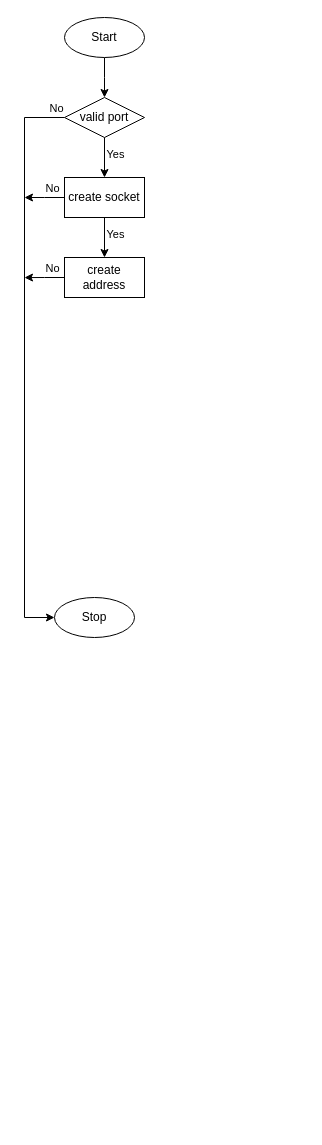
Above: ft_irc.drawio in Pastilhex/ft_irc (draw.io), before the change. Source tidied: cells renumbered, new cells numbered last; positions are measured from the earlier drawing's top-left corner, leaving out a move shared by most shapes. Both pictures are drawn from the tidied source at 100%, with x=0, y=0 at pixel (24, 17).
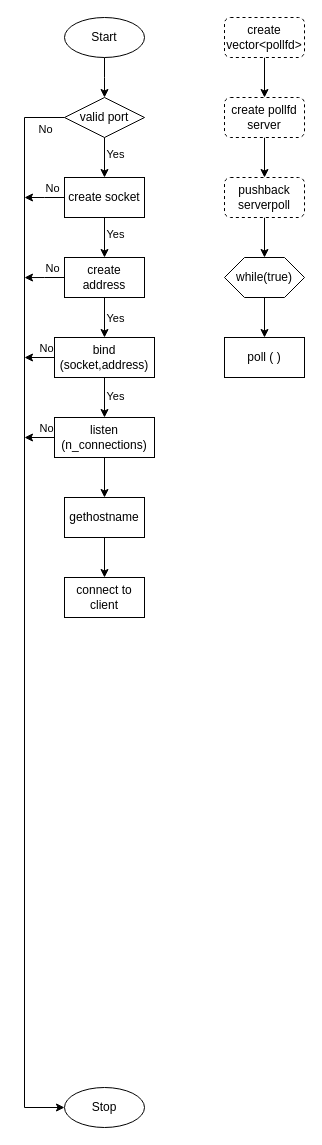
The same page after the edit.

The change refers to these unchanged cells:
```xml
<mxCell id="18" value="create address" style="rounded=0;whiteSpace=wrap;html=1;" parent="1" vertex="1">
  <mxGeometry x="40" y="240" width="80" height="40" as="geometry" />
</mxCell>
```

Diff of the diagram source:
```diff
@@
     <mxCell id="4" value="&lt;div&gt;Stop&lt;/div&gt;" style="ellipse;whiteSpace=wrap;html=1;" parent="1" vertex="1">
-      <mxGeometry x="30" y="580" width="80" height="40" as="geometry" />
+      <mxGeometry x="40" y="1070" width="80" height="40" as="geometry" />
     </mxCell>
     <mxCell id="5" style="edgeStyle=orthogonalEdgeStyle;rounded=0;jettySize=auto;html=1;exitX=0;exitY=0.5;exitDx=0;exitDy=0;entryX=0;entryY=0.5;entryDx=0;entryDy=0;" parent="1" edge="1" target="4">
       <mxGeometry relative="1" as="geometry">
         <mxPoint x="40" y="100" as="sourcePoint" />
         <Array as="points">
           <mxPoint y="100" />
-          <mxPoint y="600" />
+          <mxPoint y="1090" />
         </Array>
       </mxGeometry>
     </mxCell>
@@
+    <mxCell id="19" style="edgeStyle=orthogonalEdgeStyle;rounded=0;jettySize=auto;html=1;exitX=0.5;exitY=1;exitDx=0;exitDy=0;entryX=0.5;entryY=0;entryDx=0;entryDy=0;" parent="1" edge="1" source="18" target="25">
+      <mxGeometry relative="1" as="geometry" />
+    </mxCell>
+    <mxCell id="20" value="Yes" style="edgeLabel;html=1;align=center;verticalAlign=middle;" parent="19" vertex="1">
+      <mxGeometry x="-0.19" relative="1" as="geometry">
+        <mxPoint x="10" y="4" as="offset" />
+      </mxGeometry>
+    </mxCell>
@@
+    <mxCell id="21" style="edgeStyle=orthogonalEdgeStyle;rounded=0;jettySize=auto;html=1;exitX=0;exitY=0.5;exitDx=0;exitDy=0;" parent="1" edge="1" source="25">
+      <mxGeometry relative="1" as="geometry">
+        <mxPoint y="340" as="targetPoint" />
+      </mxGeometry>
+    </mxCell>
+    <mxCell id="22" value="No" style="edgeLabel;html=1;align=center;verticalAlign=middle;" parent="21" vertex="1">
+      <mxGeometry x="-0.38" relative="1" as="geometry">
+        <mxPoint y="-10" as="offset" />
+      </mxGeometry>
+    </mxCell>
+    <mxCell id="23" style="edgeStyle=orthogonalEdgeStyle;rounded=0;jettySize=auto;html=1;exitX=0.5;exitY=1;exitDx=0;exitDy=0;entryX=0.5;entryY=0;entryDx=0;entryDy=0;" parent="1" edge="1" source="25" target="29">
+      <mxGeometry relative="1" as="geometry" />
+    </mxCell>
+    <mxCell id="24" value="Yes" style="edgeLabel;html=1;align=center;verticalAlign=middle;" parent="23" vertex="1">
+      <mxGeometry x="-0.08" relative="1" as="geometry">
+        <mxPoint x="10" as="offset" />
+      </mxGeometry>
+    </mxCell>
+    <mxCell id="25" value="bind (socket,address)" style="rounded=0;whiteSpace=wrap;html=1;" parent="1" vertex="1">
+      <mxGeometry x="30" y="320" width="100" height="40" as="geometry" />
+    </mxCell>
+    <mxCell id="26" style="edgeStyle=orthogonalEdgeStyle;rounded=0;jettySize=auto;html=1;exitX=0;exitY=0.5;exitDx=0;exitDy=0;" parent="1" edge="1" source="29">
+      <mxGeometry relative="1" as="geometry">
+        <mxPoint y="420" as="targetPoint" />
+      </mxGeometry>
+    </mxCell>
+    <mxCell id="27" value="No" style="edgeLabel;html=1;align=center;verticalAlign=middle;" parent="26" vertex="1">
+      <mxGeometry x="-0.38" y="-1" relative="1" as="geometry">
+        <mxPoint y="-9" as="offset" />
+      </mxGeometry>
+    </mxCell>
+    <mxCell id="28" style="edgeStyle=orthogonalEdgeStyle;rounded=0;jettySize=auto;html=1;exitX=0.5;exitY=1;exitDx=0;exitDy=0;" parent="1" edge="1" source="29" target="31">
+      <mxGeometry relative="1" as="geometry" />
+    </mxCell>
+    <mxCell id="29" value="listen (n_connections)" style="rounded=0;whiteSpace=wrap;html=1;" parent="1" vertex="1">
+      <mxGeometry x="30" y="400" width="100" height="40" as="geometry" />
+    </mxCell>
+    <mxCell id="30" style="edgeStyle=orthogonalEdgeStyle;rounded=0;jettySize=auto;html=1;exitX=0.5;exitY=1;exitDx=0;exitDy=0;entryX=0.5;entryY=0;entryDx=0;entryDy=0;" parent="1" edge="1" source="31" target="32">
+      <mxGeometry relative="1" as="geometry" />
+    </mxCell>
+    <mxCell id="31" value="gethostname" style="rounded=0;whiteSpace=wrap;html=1;" parent="1" vertex="1">
+      <mxGeometry x="40" y="480" width="80" height="40" as="geometry" />
+    </mxCell>
+    <mxCell id="32" value="connect to client" style="rounded=0;whiteSpace=wrap;html=1;" parent="1" vertex="1">
+      <mxGeometry x="40" y="560" width="80" height="40" as="geometry" />
+    </mxCell>
+    <mxCell id="33" style="edgeStyle=orthogonalEdgeStyle;rounded=0;jettySize=auto;html=1;exitX=0.5;exitY=1;exitDx=0;exitDy=0;entryX=0.5;entryY=0;entryDx=0;entryDy=0;" parent="1" edge="1" source="34" target="40">
+      <mxGeometry relative="1" as="geometry" />
+    </mxCell>
+    <mxCell id="34" value="create pollfd server" style="rounded=1;whiteSpace=wrap;html=1;glass=0;shadow=0;strokeColor=default;dashed=1;" parent="1" vertex="1">
+      <mxGeometry x="200" y="80" width="80" height="40" as="geometry" />
+    </mxCell>
+    <mxCell id="35" style="edgeStyle=orthogonalEdgeStyle;rounded=0;jettySize=auto;html=1;exitX=0.5;exitY=1;exitDx=0;exitDy=0;entryX=0.5;entryY=0;entryDx=0;entryDy=0;" parent="1" edge="1" source="36" target="41">
+      <mxGeometry relative="1" as="geometry" />
+    </mxCell>
+    <mxCell id="36" value="while(true)" style="shape=hexagon;perimeter=hexagonPerimeter2;whiteSpace=wrap;html=1;fixedSize=1;" parent="1" vertex="1">
+      <mxGeometry x="200" y="240" width="80" height="40" as="geometry" />
+    </mxCell>
+    <mxCell id="37" style="edgeStyle=orthogonalEdgeStyle;rounded=0;jettySize=auto;html=1;exitX=0.5;exitY=1;exitDx=0;exitDy=0;entryX=0.5;entryY=0;entryDx=0;entryDy=0;" parent="1" edge="1" source="38" target="34">
+      <mxGeometry relative="1" as="geometry" />
+    </mxCell>
+    <mxCell id="38" value="create vector&amp;lt;pollfd&amp;gt;" style="rounded=1;whiteSpace=wrap;html=1;dashed=1;" parent="1" vertex="1">
+      <mxGeometry x="200" width="80" height="40" as="geometry" />
+    </mxCell>
+    <mxCell id="39" style="edgeStyle=orthogonalEdgeStyle;rounded=0;jettySize=auto;html=1;exitX=0.5;exitY=1;exitDx=0;exitDy=0;entryX=0.5;entryY=0;entryDx=0;entryDy=0;" parent="1" edge="1" source="40" target="36">
+      <mxGeometry relative="1" as="geometry" />
+    </mxCell>
+    <mxCell id="40" value="&lt;div&gt;pushback&lt;/div&gt;&lt;div&gt;serverpoll&lt;/div&gt;" style="rounded=1;whiteSpace=wrap;html=1;dashed=1;" parent="1" vertex="1">
+      <mxGeometry x="200" y="160" width="80" height="40" as="geometry" />
+    </mxCell>
+    <mxCell id="41" value="poll ( )" style="rounded=0;whiteSpace=wrap;html=1;" parent="1" vertex="1">
+      <mxGeometry x="200" y="320" width="80" height="40" as="geometry" />
+    </mxCell>
```
